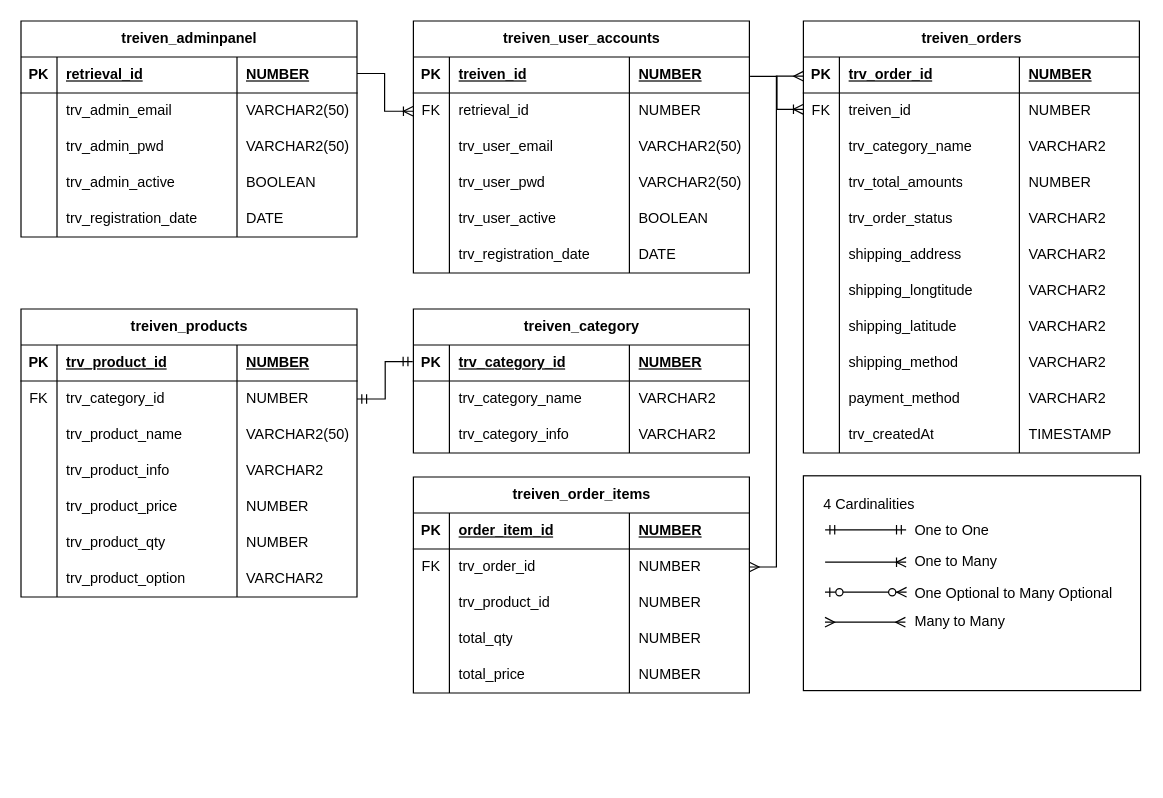
Before: public/treiven.drawio in lash0000/im101, a draw.io diagram. Source tidied: cells renumbered, new cells numbered last; positions are measured from the earlier drawing's top-left corner, leaving out a move shared by most shapes. Both pictures are drawn from the tidied source at 120%, with x=0, y=0 at pixel (20, 20).
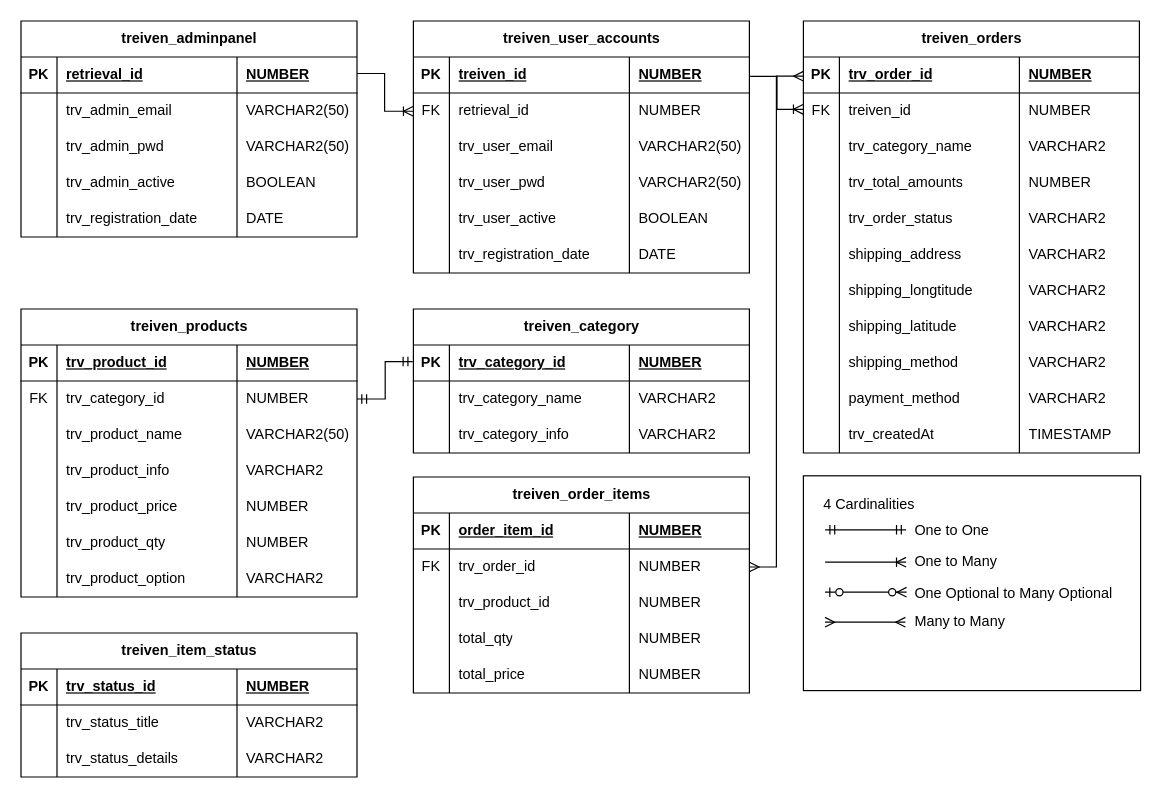
Above is the later version.

Commit message:
added for order status

What changed in the source:
```diff
@@
+    <mxCell id="171" value="treiven_item_status" style="shape=table;startSize=30;childLayout=tableLayout;rowLines=0;fontStyle=1;align=center;html=1;" parent="1" vertex="1">
+      <mxGeometry y="510" width="280" height="120" as="geometry" />
+    </mxCell>
+    <mxCell id="172" style="shape=tableRow;horizontal=0;startSize=0;swimlaneHead=0;swimlaneBody=0;fillColor=none;top=0;left=0;right=0;bottom=1;" parent="171" vertex="1">
+      <mxGeometry y="30" width="280" height="30" as="geometry" />
+    </mxCell>
+    <mxCell id="173" value="PK" style="shape=partialRectangle;fillColor=none;top=0;left=0;bottom=0;right=0;fontStyle=1;overflow=hidden;whiteSpace=wrap;html=1;" parent="172" vertex="1">
+      <mxGeometry width="30" height="30" as="geometry" />
+    </mxCell>
+    <mxCell id="174" value="trv_status_id" style="shape=partialRectangle;fillColor=none;top=0;left=0;bottom=0;right=0;align=left;spacingLeft=6;fontStyle=5;overflow=hidden;whiteSpace=wrap;html=1;" parent="172" vertex="1">
+      <mxGeometry x="30" width="150" height="30" as="geometry" />
+    </mxCell>
+    <mxCell id="175" value="NUMBER" style="shape=partialRectangle;fillColor=none;top=0;left=0;bottom=0;right=0;align=left;spacingLeft=6;fontStyle=5;overflow=hidden;whiteSpace=wrap;html=1;" parent="172" vertex="1">
+      <mxGeometry x="180" width="100" height="30" as="geometry" />
+    </mxCell>
+    <mxCell id="176" style="shape=tableRow;horizontal=0;startSize=0;swimlaneHead=0;swimlaneBody=0;fillColor=none;top=0;left=0;right=0;bottom=0;" parent="171" vertex="1">
+      <mxGeometry y="60" width="280" height="30" as="geometry" />
+    </mxCell>
+    <mxCell id="177" style="shape=partialRectangle;fillColor=none;top=0;left=0;bottom=0;right=0;overflow=hidden;whiteSpace=wrap;html=1;" parent="176" vertex="1">
+      <mxGeometry width="30" height="30" as="geometry" />
+    </mxCell>
+    <mxCell id="178" value="trv_status_title" style="shape=partialRectangle;fillColor=none;top=0;left=0;bottom=0;right=0;align=left;spacingLeft=6;overflow=hidden;whiteSpace=wrap;html=1;" parent="176" vertex="1">
+      <mxGeometry x="30" width="150" height="30" as="geometry" />
+    </mxCell>
+    <mxCell id="179" value="VARCHAR2" style="shape=partialRectangle;fillColor=none;top=0;left=0;bottom=0;right=0;align=left;spacingLeft=6;overflow=hidden;whiteSpace=wrap;html=1;" parent="176" vertex="1">
+      <mxGeometry x="180" width="100" height="30" as="geometry" />
+    </mxCell>
+    <mxCell id="180" style="shape=tableRow;horizontal=0;startSize=0;swimlaneHead=0;swimlaneBody=0;fillColor=none;top=0;left=0;right=0;bottom=0;" parent="171" vertex="1">
+      <mxGeometry y="90" width="280" height="30" as="geometry" />
+    </mxCell>
+    <mxCell id="181" style="shape=partialRectangle;fillColor=none;top=0;left=0;bottom=0;right=0;overflow=hidden;whiteSpace=wrap;html=1;" parent="180" vertex="1">
+      <mxGeometry width="30" height="30" as="geometry" />
+    </mxCell>
+    <mxCell id="182" value="trv_status_details" style="shape=partialRectangle;fillColor=none;top=0;left=0;bottom=0;right=0;align=left;spacingLeft=6;overflow=hidden;whiteSpace=wrap;html=1;" parent="180" vertex="1">
+      <mxGeometry x="30" width="150" height="30" as="geometry" />
+    </mxCell>
+    <mxCell id="183" value="VARCHAR2" style="shape=partialRectangle;fillColor=none;top=0;left=0;bottom=0;right=0;align=left;spacingLeft=6;overflow=hidden;whiteSpace=wrap;html=1;" parent="180" vertex="1">
+      <mxGeometry x="180" width="100" height="30" as="geometry" />
+    </mxCell>
```
